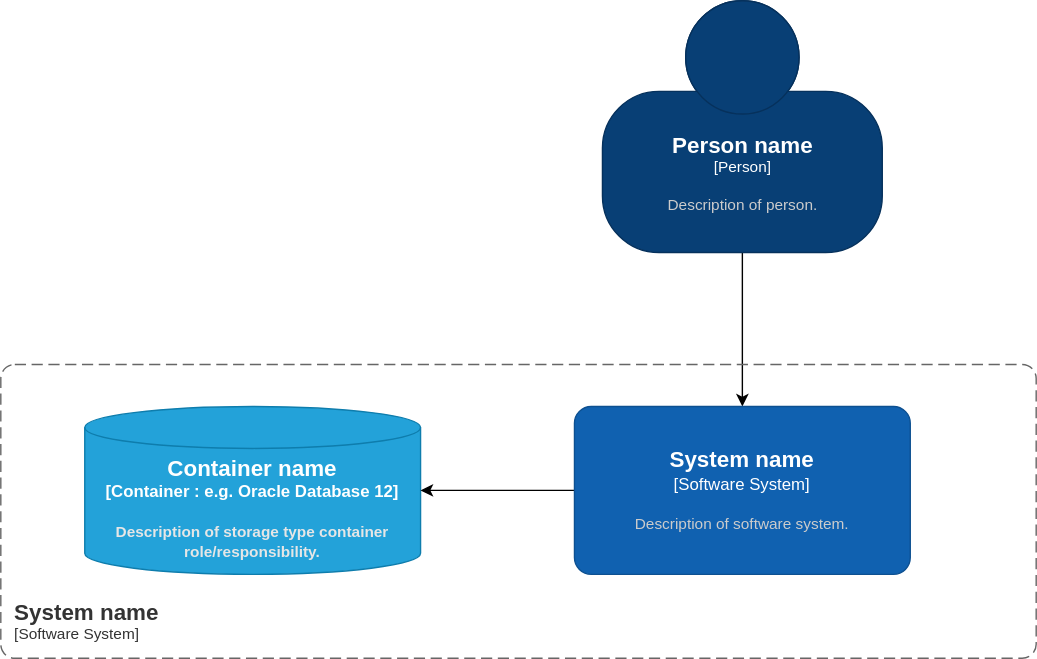
Above: desgingtest.drawio.svg in jankb/kotlintest (draw.io), before the change. Source tidied: cells renumbered, new cells last; positions are measured from the earlier drawing's top-left corner, leaving out a move shared by most shapes.
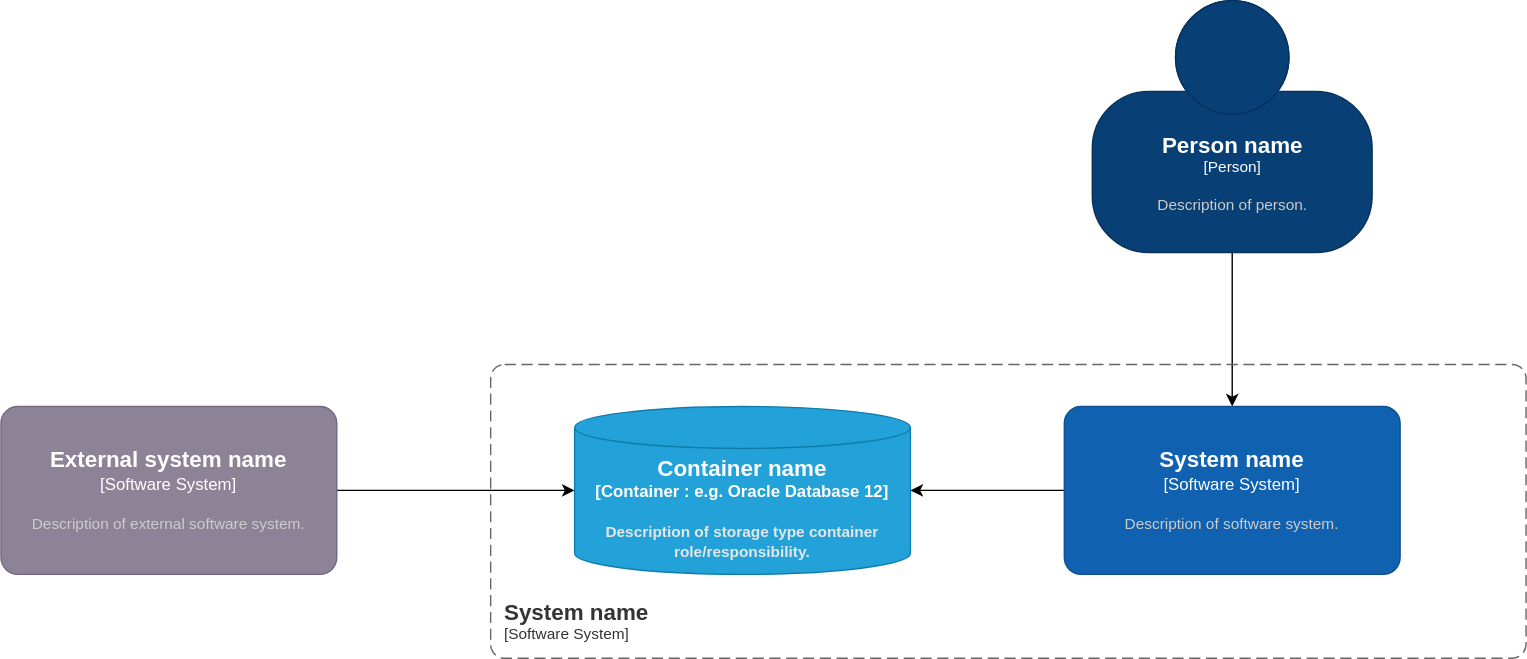
After the change.

Change to the diagram source:
```diff
@@ -28,5 +28,13 @@
         <mxGeometry y="260" width="740" height="210" as="geometry" />
       </mxCell>
     </object>
+    <mxCell id="8" style="edgeStyle=orthogonalEdgeStyle;rounded=0;jettySize=auto;html=1;exitX=1;exitY=0.5;exitDx=0;exitDy=0;exitPerimeter=0;" parent="1" edge="1" source="9" target="4">
+      <mxGeometry relative="1" as="geometry" />
+    </mxCell>
+    <object id="9" label="&lt;font style=&quot;font-size: 16px&quot;&gt;&lt;b&gt;%c4Name%&lt;/b&gt;&lt;/font&gt;&lt;div&gt;[%c4Type%]&lt;/div&gt;&lt;br&gt;&lt;div&gt;&lt;font style=&quot;font-size: 11px&quot;&gt;&lt;font color=&quot;#cccccc&quot;&gt;%c4Description%&lt;/font&gt;&lt;/div&gt;" c4Description="Description of external software system." c4Name="External system name" c4Type="Software System" placeholders="1">
+      <mxCell style="rounded=1;whiteSpace=wrap;html=1;labelBackgroundColor=none;fillColor=#8C8496;fontColor=#ffffff;align=center;arcSize=10;strokeColor=#736782;points=[[0.25,0,0],[0.5,0,0],[0.75,0,0],[1,0.25,0],[1,0.5,0],[1,0.75,0],[0.75,1,0],[0.5,1,0],[0.25,1,0],[0,0.75,0],[0,0.5,0],[0,0.25,0]];" parent="1" vertex="1">
+        <mxGeometry x="-350" y="290" width="240" height="120" as="geometry" />
+      </mxCell>
+    </object>
   </root>
 </mxGraphModel>
```
